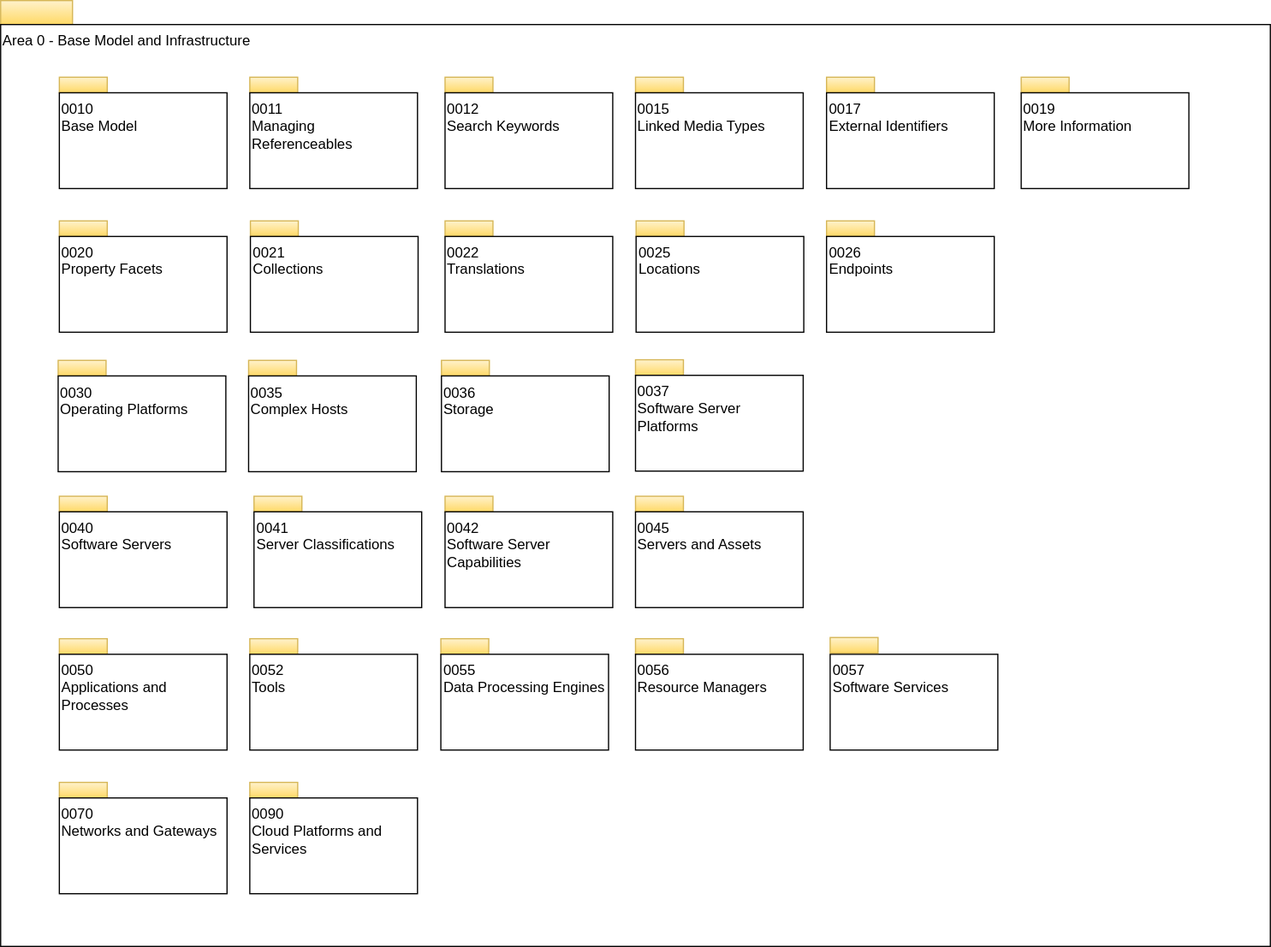
Earlier version of the draw.io export site/docs/types/0/area-0-basic-types-and-infrastructure-overview.svg (odpi/egeria-docs). Source tidied: cells renumbered, new cells last; positions are measured from the earlier drawing's top-left corner, leaving out a move shared by most shapes.
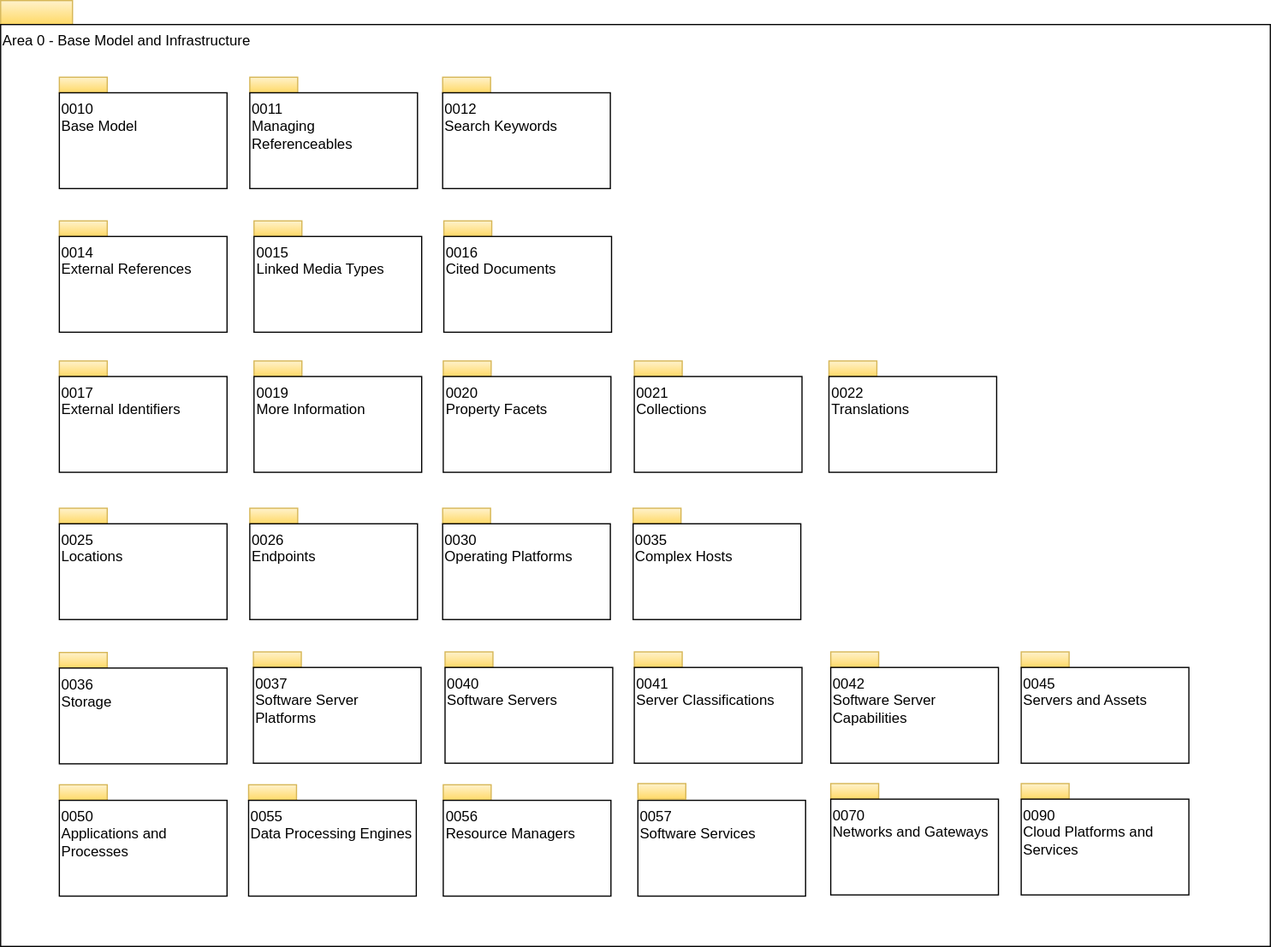
Above is the later version.

The edit, as a diff of the source:
```diff
@@ -9,160 +9,166 @@
       <mxGeometry y="20" width="1060" height="770" as="geometry" />
     </mxCell>
     <mxCell id="4" style="rounded=0;whiteSpace=wrap;html=1;align=left;fillColor=#fff2cc;strokeColor=#d6b656;gradientColor=#ffd966;" parent="1" vertex="1">
-      <mxGeometry x="371" y="64" width="40" height="13" as="geometry" />
+      <mxGeometry x="369" y="64" width="40" height="13" as="geometry" />
     </mxCell>
     <mxCell id="5" value="0012&lt;br&gt;Search Keywords" style="rounded=0;whiteSpace=wrap;html=1;align=left;verticalAlign=top;" parent="1" vertex="1">
-      <mxGeometry x="371" y="77" width="140" height="80" as="geometry" />
+      <mxGeometry x="369" y="77" width="140" height="80" as="geometry" />
     </mxCell>
     <mxCell id="6" style="rounded=0;whiteSpace=wrap;html=1;align=left;fillColor=#fff2cc;strokeColor=#d6b656;gradientColor=#ffd966;" parent="1" vertex="1">
-      <mxGeometry x="530" y="64" width="40" height="13" as="geometry" />
+      <mxGeometry x="211.5" y="184" width="40" height="13" as="geometry" />
     </mxCell>
     <mxCell id="7" value="0015&lt;br&gt;Linked Media Types" style="rounded=0;whiteSpace=wrap;html=1;align=left;verticalAlign=top;" parent="1" vertex="1">
-      <mxGeometry x="530" y="77" width="140" height="80" as="geometry" />
+      <mxGeometry x="211.5" y="197" width="140" height="80" as="geometry" />
     </mxCell>
     <mxCell id="8" style="rounded=0;whiteSpace=wrap;html=1;align=left;fillColor=#fff2cc;strokeColor=#d6b656;gradientColor=#ffd966;" parent="1" vertex="1">
-      <mxGeometry x="689.5" y="64" width="40" height="13" as="geometry" />
+      <mxGeometry x="49" y="301" width="40" height="13" as="geometry" />
     </mxCell>
     <mxCell id="9" value="0017&lt;br&gt;External Identifiers&lt;br&gt;" style="rounded=0;whiteSpace=wrap;html=1;align=left;verticalAlign=top;" parent="1" vertex="1">
-      <mxGeometry x="689.5" y="77" width="140" height="80" as="geometry" />
+      <mxGeometry x="49" y="314" width="140" height="80" as="geometry" />
     </mxCell>
     <mxCell id="10" style="rounded=0;whiteSpace=wrap;html=1;align=left;fillColor=#fff2cc;strokeColor=#d6b656;gradientColor=#ffd966;" parent="1" vertex="1">
-      <mxGeometry x="49" y="184" width="40" height="13" as="geometry" />
+      <mxGeometry x="369.5" y="301" width="40" height="13" as="geometry" />
     </mxCell>
     <mxCell id="11" value="0020&lt;br&gt;Property Facets&lt;br&gt;" style="rounded=0;whiteSpace=wrap;html=1;align=left;verticalAlign=top;" parent="1" vertex="1">
-      <mxGeometry x="49" y="197" width="140" height="80" as="geometry" />
+      <mxGeometry x="369.5" y="314" width="140" height="80" as="geometry" />
     </mxCell>
     <mxCell id="12" style="rounded=0;whiteSpace=wrap;html=1;align=left;fillColor=#fff2cc;strokeColor=#d6b656;gradientColor=#ffd966;" parent="1" vertex="1">
-      <mxGeometry x="208.5" y="184" width="40" height="13" as="geometry" />
+      <mxGeometry x="529" y="301" width="40" height="13" as="geometry" />
     </mxCell>
     <mxCell id="13" value="0021&lt;br&gt;Collections" style="rounded=0;whiteSpace=wrap;html=1;align=left;verticalAlign=top;" parent="1" vertex="1">
-      <mxGeometry x="208.5" y="197" width="140" height="80" as="geometry" />
+      <mxGeometry x="529" y="314" width="140" height="80" as="geometry" />
     </mxCell>
     <mxCell id="14" style="rounded=0;whiteSpace=wrap;html=1;align=left;fillColor=#fff2cc;strokeColor=#d6b656;gradientColor=#ffd966;" parent="1" vertex="1">
-      <mxGeometry x="48" y="300.5" width="40" height="13" as="geometry" />
+      <mxGeometry x="369" y="424" width="40" height="13" as="geometry" />
     </mxCell>
     <mxCell id="15" value="0030&lt;br&gt;Operating Platforms" style="rounded=0;whiteSpace=wrap;html=1;align=left;verticalAlign=top;" parent="1" vertex="1">
-      <mxGeometry x="48" y="313.5" width="140" height="80" as="geometry" />
+      <mxGeometry x="369" y="437" width="140" height="80" as="geometry" />
     </mxCell>
     <mxCell id="16" style="rounded=0;whiteSpace=wrap;html=1;align=left;fillColor=#fff2cc;strokeColor=#d6b656;gradientColor=#ffd966;" parent="1" vertex="1">
-      <mxGeometry x="207" y="300.5" width="40" height="13" as="geometry" />
+      <mxGeometry x="528" y="424" width="40" height="13" as="geometry" />
     </mxCell>
     <mxCell id="17" value="0035&lt;br&gt;Complex Hosts&lt;br&gt;" style="rounded=0;whiteSpace=wrap;html=1;align=left;verticalAlign=top;" parent="1" vertex="1">
-      <mxGeometry x="207" y="313.5" width="140" height="80" as="geometry" />
+      <mxGeometry x="528" y="437" width="140" height="80" as="geometry" />
     </mxCell>
     <mxCell id="18" style="rounded=0;whiteSpace=wrap;html=1;align=left;fillColor=#fff2cc;strokeColor=#d6b656;gradientColor=#ffd966;" parent="1" vertex="1">
-      <mxGeometry x="49" y="414" width="40" height="13" as="geometry" />
+      <mxGeometry x="371" y="544" width="40" height="13" as="geometry" />
     </mxCell>
     <mxCell id="19" value="0040&lt;br&gt;Software Servers&lt;br&gt;" style="rounded=0;whiteSpace=wrap;html=1;align=left;verticalAlign=top;" parent="1" vertex="1">
-      <mxGeometry x="49" y="427" width="140" height="80" as="geometry" />
+      <mxGeometry x="371" y="557" width="140" height="80" as="geometry" />
     </mxCell>
     <mxCell id="20" style="rounded=0;whiteSpace=wrap;html=1;align=left;fillColor=#fff2cc;strokeColor=#d6b656;gradientColor=#ffd966;" parent="1" vertex="1">
-      <mxGeometry x="211.5" y="414" width="40" height="13" as="geometry" />
+      <mxGeometry x="529" y="544" width="40" height="13" as="geometry" />
     </mxCell>
     <mxCell id="21" value="0041&lt;br&gt;Server Classifications" style="rounded=0;whiteSpace=wrap;html=1;align=left;verticalAlign=top;" parent="1" vertex="1">
-      <mxGeometry x="211.5" y="427" width="140" height="80" as="geometry" />
+      <mxGeometry x="529" y="557" width="140" height="80" as="geometry" />
     </mxCell>
     <mxCell id="22" style="rounded=0;whiteSpace=wrap;html=1;align=left;fillColor=#fff2cc;strokeColor=#d6b656;gradientColor=#ffd966;" parent="1" vertex="1">
-      <mxGeometry x="49" y="653" width="40" height="13" as="geometry" />
+      <mxGeometry x="49" y="184" width="40" height="13" as="geometry" />
     </mxCell>
-    <mxCell id="23" value="0070&lt;br&gt;Networks and Gateways&lt;br&gt;" style="rounded=0;whiteSpace=wrap;html=1;align=left;verticalAlign=top;" parent="1" vertex="1">
-      <mxGeometry x="49" y="666" width="140" height="80" as="geometry" />
+    <mxCell id="23" value="0014&lt;br&gt;External References" style="rounded=0;whiteSpace=wrap;html=1;align=left;verticalAlign=top;" parent="1" vertex="1">
+      <mxGeometry x="49" y="197" width="140" height="80" as="geometry" />
     </mxCell>
     <mxCell id="24" style="rounded=0;whiteSpace=wrap;html=1;align=left;fillColor=#fff2cc;strokeColor=#d6b656;gradientColor=#ffd966;" parent="1" vertex="1">
-      <mxGeometry x="208" y="653" width="40" height="13" as="geometry" />
+      <mxGeometry x="49" y="544.5" width="40" height="13" as="geometry" />
     </mxCell>
-    <mxCell id="25" value="0090&lt;br&gt;Cloud Platforms and Services&lt;br&gt;" style="rounded=0;whiteSpace=wrap;html=1;align=left;verticalAlign=top;" parent="1" vertex="1">
-      <mxGeometry x="208" y="666" width="140" height="80" as="geometry" />
+    <mxCell id="25" value="0036&lt;br&gt;Storage" style="rounded=0;whiteSpace=wrap;html=1;align=left;verticalAlign=top;" parent="1" vertex="1">
+      <mxGeometry x="49" y="557.5" width="140" height="80" as="geometry" />
     </mxCell>
     <mxCell id="26" style="rounded=0;whiteSpace=wrap;html=1;align=left;fillColor=#fff2cc;strokeColor=#d6b656;gradientColor=#ffd966;" parent="1" vertex="1">
-      <mxGeometry x="49" y="533" width="40" height="13" as="geometry" />
+      <mxGeometry x="693" y="544" width="40" height="13" as="geometry" />
     </mxCell>
-    <mxCell id="27" value="0050&lt;br&gt;Applications and&lt;br&gt;Processes&lt;br&gt;" style="rounded=0;whiteSpace=wrap;html=1;align=left;verticalAlign=top;" parent="1" vertex="1">
-      <mxGeometry x="49" y="546" width="140" height="80" as="geometry" />
+    <mxCell id="27" value="0042&lt;br&gt;Software Server Capabilities" style="rounded=0;whiteSpace=wrap;html=1;align=left;verticalAlign=top;" parent="1" vertex="1">
+      <mxGeometry x="693" y="557" width="140" height="80" as="geometry" />
     </mxCell>
     <mxCell id="28" style="rounded=0;whiteSpace=wrap;html=1;align=left;fillColor=#fff2cc;strokeColor=#d6b656;gradientColor=#ffd966;" parent="1" vertex="1">
-      <mxGeometry x="208" y="533" width="40" height="13" as="geometry" />
+      <mxGeometry x="211.5" y="301" width="40" height="13" as="geometry" />
     </mxCell>
-    <mxCell id="29" value="0052&lt;br&gt;Tools&lt;br&gt;" style="rounded=0;whiteSpace=wrap;html=1;align=left;verticalAlign=top;" parent="1" vertex="1">
-      <mxGeometry x="208" y="546" width="140" height="80" as="geometry" />
+    <mxCell id="29" value="0019&lt;br&gt;More Information" style="rounded=0;whiteSpace=wrap;html=1;align=left;verticalAlign=top;" parent="1" vertex="1">
+      <mxGeometry x="211.5" y="314" width="140" height="80" as="geometry" />
     </mxCell>
     <mxCell id="30" style="rounded=0;whiteSpace=wrap;html=1;align=left;fillColor=#fff2cc;strokeColor=#d6b656;gradientColor=#ffd966;" parent="1" vertex="1">
-      <mxGeometry x="367.5" y="533" width="40" height="13" as="geometry" />
+      <mxGeometry x="49" y="64" width="40" height="13" as="geometry" />
     </mxCell>
-    <mxCell id="31" value="0055&lt;br&gt;Data Processing Engines&lt;br&gt;" style="rounded=0;whiteSpace=wrap;html=1;align=left;verticalAlign=top;" parent="1" vertex="1">
-      <mxGeometry x="367.5" y="546" width="140" height="80" as="geometry" />
+    <mxCell id="31" value="0010&lt;br&gt;Base Model" style="rounded=0;whiteSpace=wrap;html=1;align=left;verticalAlign=top;" parent="1" vertex="1">
+      <mxGeometry x="49" y="77" width="140" height="80" as="geometry" />
     </mxCell>
     <mxCell id="32" style="rounded=0;whiteSpace=wrap;html=1;align=left;fillColor=#fff2cc;strokeColor=#d6b656;gradientColor=#ffd966;" parent="1" vertex="1">
-      <mxGeometry x="368" y="300.5" width="40" height="13" as="geometry" />
+      <mxGeometry x="208" y="64" width="40" height="13" as="geometry" />
     </mxCell>
-    <mxCell id="33" value="0036&lt;br&gt;Storage" style="rounded=0;whiteSpace=wrap;html=1;align=left;verticalAlign=top;" parent="1" vertex="1">
-      <mxGeometry x="368" y="313.5" width="140" height="80" as="geometry" />
+    <mxCell id="33" value="0011&lt;br&gt;Managing Referenceables" style="rounded=0;whiteSpace=wrap;html=1;align=left;verticalAlign=top;" parent="1" vertex="1">
+      <mxGeometry x="208" y="77" width="140" height="80" as="geometry" />
     </mxCell>
     <mxCell id="34" style="rounded=0;whiteSpace=wrap;html=1;align=left;fillColor=#fff2cc;strokeColor=#d6b656;gradientColor=#ffd966;" parent="1" vertex="1">
-      <mxGeometry x="371" y="414" width="40" height="13" as="geometry" />
+      <mxGeometry x="49" y="424" width="40" height="13" as="geometry" />
     </mxCell>
-    <mxCell id="35" value="0042&lt;br&gt;Software Server Capabilities" style="rounded=0;whiteSpace=wrap;html=1;align=left;verticalAlign=top;" parent="1" vertex="1">
-      <mxGeometry x="371" y="427" width="140" height="80" as="geometry" />
+    <mxCell id="35" value="0025&lt;br&gt;Locations&lt;br&gt;" style="rounded=0;whiteSpace=wrap;html=1;align=left;verticalAlign=top;" parent="1" vertex="1">
+      <mxGeometry x="49" y="437" width="140" height="80" as="geometry" />
     </mxCell>
     <mxCell id="36" style="rounded=0;whiteSpace=wrap;html=1;align=left;fillColor=#fff2cc;strokeColor=#d6b656;gradientColor=#ffd966;" parent="1" vertex="1">
-      <mxGeometry x="852" y="64" width="40" height="13" as="geometry" />
+      <mxGeometry x="208" y="424" width="40" height="13" as="geometry" />
     </mxCell>
-    <mxCell id="37" value="0019&lt;br&gt;More Information" style="rounded=0;whiteSpace=wrap;html=1;align=left;verticalAlign=top;" parent="1" vertex="1">
-      <mxGeometry x="852" y="77" width="140" height="80" as="geometry" />
+    <mxCell id="37" value="0026&lt;br&gt;Endpoints" style="rounded=0;whiteSpace=wrap;html=1;align=left;verticalAlign=top;" parent="1" vertex="1">
+      <mxGeometry x="208" y="437" width="140" height="80" as="geometry" />
     </mxCell>
     <mxCell id="38" style="rounded=0;whiteSpace=wrap;html=1;align=left;fillColor=#fff2cc;strokeColor=#d6b656;gradientColor=#ffd966;" parent="1" vertex="1">
-      <mxGeometry x="530" y="533" width="40" height="13" as="geometry" />
+      <mxGeometry x="211" y="544" width="40" height="13" as="geometry" />
     </mxCell>
-    <mxCell id="39" value="0056&lt;br&gt;Resource Managers" style="rounded=0;whiteSpace=wrap;html=1;align=left;verticalAlign=top;" parent="1" vertex="1">
-      <mxGeometry x="530" y="546" width="140" height="80" as="geometry" />
+    <mxCell id="39" value="0037&lt;br&gt;Software Server Platforms" style="rounded=0;whiteSpace=wrap;html=1;align=left;verticalAlign=top;" parent="1" vertex="1">
+      <mxGeometry x="211" y="557" width="140" height="80" as="geometry" />
     </mxCell>
     <mxCell id="40" style="rounded=0;whiteSpace=wrap;html=1;align=left;fillColor=#fff2cc;strokeColor=#d6b656;gradientColor=#ffd966;" parent="1" vertex="1">
-      <mxGeometry x="49" y="64" width="40" height="13" as="geometry" />
+      <mxGeometry x="852" y="544" width="40" height="13" as="geometry" />
     </mxCell>
-    <mxCell id="41" value="0010&lt;br&gt;Base Model" style="rounded=0;whiteSpace=wrap;html=1;align=left;verticalAlign=top;" parent="1" vertex="1">
-      <mxGeometry x="49" y="77" width="140" height="80" as="geometry" />
+    <mxCell id="41" value="0045&lt;br&gt;Servers and Assets&lt;br&gt;" style="rounded=0;whiteSpace=wrap;html=1;align=left;verticalAlign=top;" parent="1" vertex="1">
+      <mxGeometry x="852" y="557" width="140" height="80" as="geometry" />
     </mxCell>
     <mxCell id="42" style="rounded=0;whiteSpace=wrap;html=1;align=left;fillColor=#fff2cc;strokeColor=#d6b656;gradientColor=#ffd966;" parent="1" vertex="1">
-      <mxGeometry x="208" y="64" width="40" height="13" as="geometry" />
+      <mxGeometry x="691.5" y="301" width="40" height="13" as="geometry" />
     </mxCell>
-    <mxCell id="43" value="0011&lt;br&gt;Managing Referenceables" style="rounded=0;whiteSpace=wrap;html=1;align=left;verticalAlign=top;" parent="1" vertex="1">
-      <mxGeometry x="208" y="77" width="140" height="80" as="geometry" />
+    <mxCell id="43" value="0022&lt;br&gt;Translations" style="rounded=0;whiteSpace=wrap;html=1;align=left;verticalAlign=top;" parent="1" vertex="1">
+      <mxGeometry x="691.5" y="314" width="140" height="80" as="geometry" />
     </mxCell>
-    <mxCell id="44" value="0057&lt;br&gt;Software Services" style="rounded=0;whiteSpace=wrap;html=1;align=left;verticalAlign=top;" parent="1" vertex="1">
-      <mxGeometry x="692.5" y="546" width="140" height="80" as="geometry" />
+    <mxCell id="44" style="rounded=0;whiteSpace=wrap;html=1;align=left;fillColor=#fff2cc;strokeColor=#d6b656;gradientColor=#ffd966;" parent="1" vertex="1">
+      <mxGeometry x="693" y="654" width="40" height="13" as="geometry" />
     </mxCell>
-    <mxCell id="45" style="rounded=0;whiteSpace=wrap;html=1;align=left;fillColor=#fff2cc;strokeColor=#d6b656;gradientColor=#ffd966;" parent="1" vertex="1">
-      <mxGeometry x="692.5" y="532" width="40" height="13" as="geometry" />
+    <mxCell id="45" value="0070&lt;br&gt;Networks and Gateways&lt;br&gt;" style="rounded=0;whiteSpace=wrap;html=1;align=left;verticalAlign=top;" parent="1" vertex="1">
+      <mxGeometry x="693" y="667" width="140" height="80" as="geometry" />
     </mxCell>
     <mxCell id="46" style="rounded=0;whiteSpace=wrap;html=1;align=left;fillColor=#fff2cc;strokeColor=#d6b656;gradientColor=#ffd966;" parent="1" vertex="1">
-      <mxGeometry x="530.5" y="184" width="40" height="13" as="geometry" />
+      <mxGeometry x="852" y="654" width="40" height="13" as="geometry" />
     </mxCell>
-    <mxCell id="47" value="0025&lt;br&gt;Locations&lt;br&gt;" style="rounded=0;whiteSpace=wrap;html=1;align=left;verticalAlign=top;" parent="1" vertex="1">
-      <mxGeometry x="530.5" y="197" width="140" height="80" as="geometry" />
+    <mxCell id="47" value="0090&lt;br&gt;Cloud Platforms and Services&lt;br&gt;" style="rounded=0;whiteSpace=wrap;html=1;align=left;verticalAlign=top;" parent="1" vertex="1">
+      <mxGeometry x="852" y="667" width="140" height="80" as="geometry" />
     </mxCell>
     <mxCell id="48" style="rounded=0;whiteSpace=wrap;html=1;align=left;fillColor=#fff2cc;strokeColor=#d6b656;gradientColor=#ffd966;" parent="1" vertex="1">
-      <mxGeometry x="689.5" y="184" width="40" height="13" as="geometry" />
+      <mxGeometry x="49" y="655" width="40" height="13" as="geometry" />
     </mxCell>
-    <mxCell id="49" value="0026&lt;br&gt;Endpoints" style="rounded=0;whiteSpace=wrap;html=1;align=left;verticalAlign=top;" parent="1" vertex="1">
-      <mxGeometry x="689.5" y="197" width="140" height="80" as="geometry" />
+    <mxCell id="49" value="0050&lt;br&gt;Applications and&lt;br&gt;Processes&lt;br&gt;" style="rounded=0;whiteSpace=wrap;html=1;align=left;verticalAlign=top;" parent="1" vertex="1">
+      <mxGeometry x="49" y="668" width="140" height="80" as="geometry" />
     </mxCell>
     <mxCell id="50" style="rounded=0;whiteSpace=wrap;html=1;align=left;fillColor=#fff2cc;strokeColor=#d6b656;gradientColor=#ffd966;" parent="1" vertex="1">
-      <mxGeometry x="530" y="300" width="40" height="13" as="geometry" />
+      <mxGeometry x="207" y="655" width="40" height="13" as="geometry" />
     </mxCell>
-    <mxCell id="51" value="0037&lt;br&gt;Software Server Platforms" style="rounded=0;whiteSpace=wrap;html=1;align=left;verticalAlign=top;" parent="1" vertex="1">
-      <mxGeometry x="530" y="313" width="140" height="80" as="geometry" />
+    <mxCell id="51" value="0055&lt;br&gt;Data Processing Engines&lt;br&gt;" style="rounded=0;whiteSpace=wrap;html=1;align=left;verticalAlign=top;" parent="1" vertex="1">
+      <mxGeometry x="207" y="668" width="140" height="80" as="geometry" />
     </mxCell>
     <mxCell id="52" style="rounded=0;whiteSpace=wrap;html=1;align=left;fillColor=#fff2cc;strokeColor=#d6b656;gradientColor=#ffd966;" parent="1" vertex="1">
-      <mxGeometry x="530" y="414" width="40" height="13" as="geometry" />
+      <mxGeometry x="369.5" y="655" width="40" height="13" as="geometry" />
     </mxCell>
-    <mxCell id="53" value="0045&lt;br&gt;Servers and Assets&lt;br&gt;" style="rounded=0;whiteSpace=wrap;html=1;align=left;verticalAlign=top;" parent="1" vertex="1">
-      <mxGeometry x="530" y="427" width="140" height="80" as="geometry" />
+    <mxCell id="53" value="0056&lt;br&gt;Resource Managers" style="rounded=0;whiteSpace=wrap;html=1;align=left;verticalAlign=top;" parent="1" vertex="1">
+      <mxGeometry x="369.5" y="668" width="140" height="80" as="geometry" />
     </mxCell>
-    <mxCell id="54" style="rounded=0;whiteSpace=wrap;html=1;align=left;fillColor=#fff2cc;strokeColor=#d6b656;gradientColor=#ffd966;" parent="1" vertex="1">
-      <mxGeometry x="371" y="184" width="40" height="13" as="geometry" />
+    <mxCell id="54" value="0057&lt;br&gt;Software Services" style="rounded=0;whiteSpace=wrap;html=1;align=left;verticalAlign=top;" parent="1" vertex="1">
+      <mxGeometry x="532" y="668" width="140" height="80" as="geometry" />
     </mxCell>
-    <mxCell id="55" value="0022&lt;br&gt;Translations" style="rounded=0;whiteSpace=wrap;html=1;align=left;verticalAlign=top;" parent="1" vertex="1">
-      <mxGeometry x="371" y="197" width="140" height="80" as="geometry" />
+    <mxCell id="55" style="rounded=0;whiteSpace=wrap;html=1;align=left;fillColor=#fff2cc;strokeColor=#d6b656;gradientColor=#ffd966;" parent="1" vertex="1">
+      <mxGeometry x="532" y="654" width="40" height="13" as="geometry" />
     </mxCell>
+    <mxCell id="56" style="rounded=0;whiteSpace=wrap;html=1;align=left;fillColor=#fff2cc;strokeColor=#d6b656;gradientColor=#ffd966;" parent="1" vertex="1">
+      <mxGeometry x="370" y="184" width="40" height="13" as="geometry" />
+    </mxCell>
+    <mxCell id="57" value="0016&lt;br&gt;Cited Documents" style="rounded=0;whiteSpace=wrap;html=1;align=left;verticalAlign=top;" parent="1" vertex="1">
+      <mxGeometry x="370" y="197" width="140" height="80" as="geometry" />
+    </mxCell>
   </root>
 </mxGraphModel>
```
